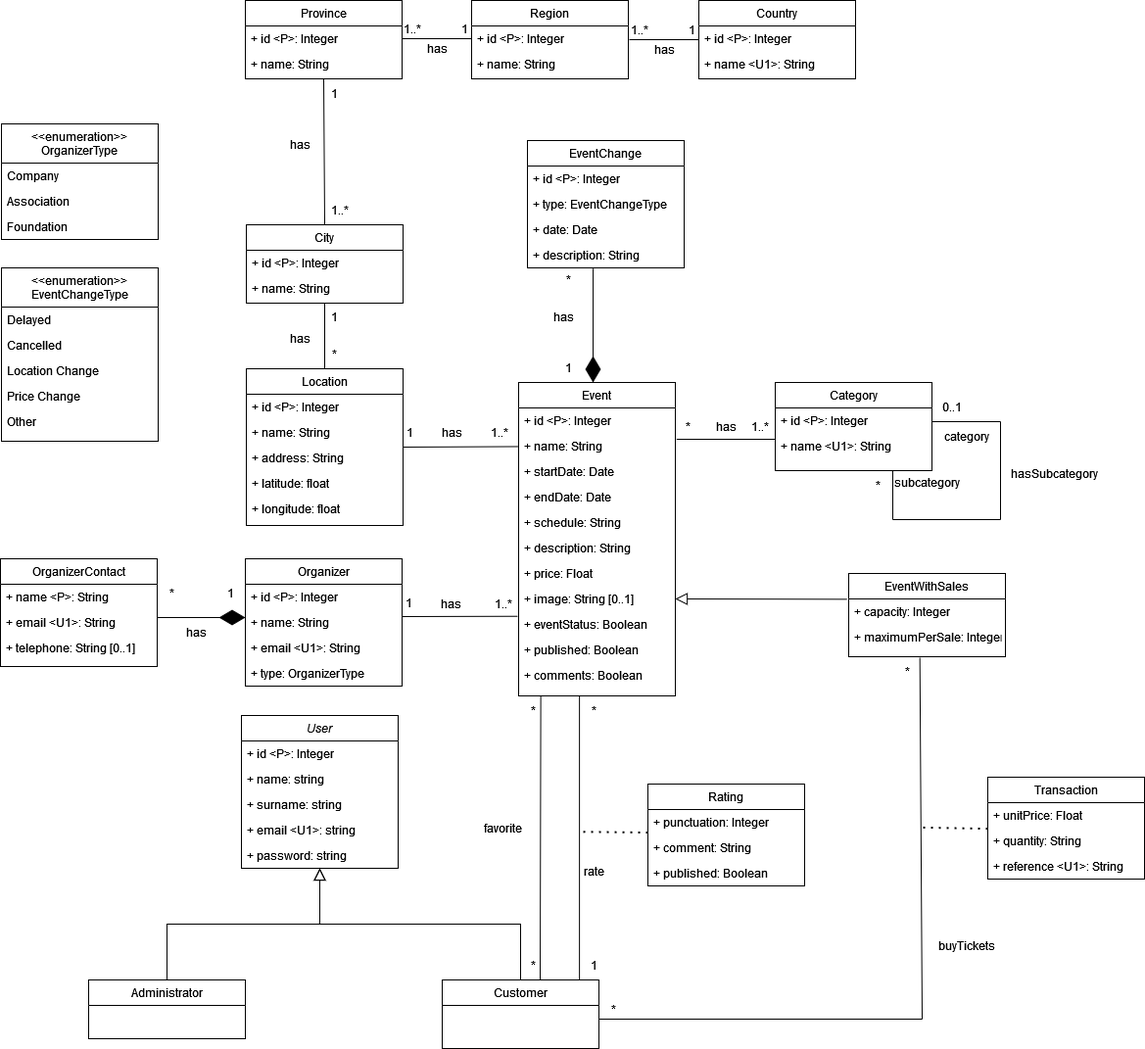
Before: diagrams/conceptual-diagram.drawio.png, a diagram exported from draw.io (danielpilot/event-database). Source tidied: cells renumbered, new cells last; positions are measured from the earlier drawing's top-left corner, leaving out a move shared by most shapes.
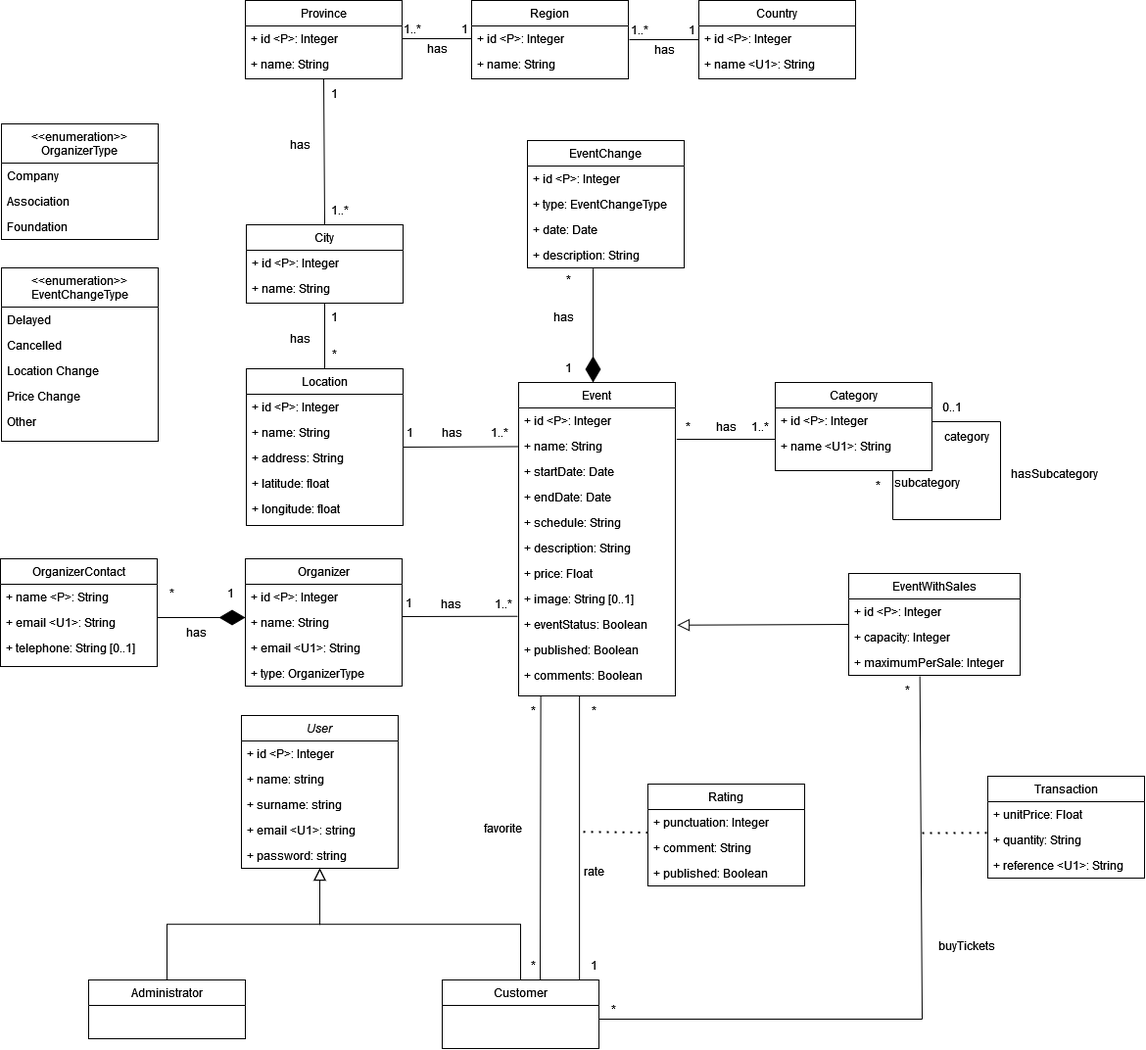
The same file after the commit.

What changed in the source:
```diff
@@ -412,16 +412,21 @@
       <mxGeometry x="586" y="874" width="40" height="30" as="geometry" />
     </mxCell>
     <mxCell id="127" value="EventWithSales&#10;" style="swimlane;fontStyle=0;align=center;verticalAlign=top;horizontal=1;startSize=26;rounded=0;shadow=0;strokeWidth=1;" parent="1" vertex="1">
-      <mxGeometry x="866" y="585" width="160" height="85" as="geometry" />
+      <mxGeometry x="866" y="585" width="175" height="104" as="geometry" />
     </mxCell>
+    <mxCell id="141" value="+ id &lt;P&gt;: Integer" style="text;align=left;verticalAlign=top;spacingLeft=4;spacingRight=4;overflow=hidden;rounded=0;shadow=0;html=0;" parent="127" vertex="1">
+      <mxGeometry y="26" width="175" height="26" as="geometry" />
+    </mxCell>
     <mxCell id="128" value="+ capacity: Integer" style="text;align=left;verticalAlign=top;spacingLeft=4;spacingRight=4;overflow=hidden;points=[[0,0.5],[1,0.5]];portConstraint=eastwest;rounded=0;shadow=0;html=0;" parent="127" vertex="1">
-      <mxGeometry y="26" width="160" height="26" as="geometry" />
+      <mxGeometry y="52" width="175" height="26" as="geometry" />
     </mxCell>
     <mxCell id="129" value="+ maximumPerSale: Integer" style="text;align=left;verticalAlign=top;spacingLeft=4;spacingRight=4;overflow=hidden;rounded=0;shadow=0;html=0;" parent="127" vertex="1">
-      <mxGeometry y="52" width="160" height="26" as="geometry" />
+      <mxGeometry y="78" width="175" height="26" as="geometry" />
     </mxCell>
-    <mxCell id="130" style="endArrow=block;endSize=10;endFill=0;shadow=0;strokeWidth=1;rounded=0;curved=0;edgeStyle=elbowEdgeStyle;elbow=vertical;exitX=-0.011;exitY=0.013;exitDx=0;exitDy=0;exitPerimeter=0;" parent="1" edge="1" source="128" target="20">
-      <mxGeometry relative="1" as="geometry" />
+    <mxCell id="130" style="endArrow=block;endSize=10;endFill=0;shadow=0;strokeWidth=1;rounded=0;curved=0;edgeStyle=elbowEdgeStyle;elbow=vertical;exitX=0;exitY=0.5;exitDx=0;exitDy=0;" parent="1" edge="1" source="127">
+      <mxGeometry relative="1" as="geometry">
+        <mxPoint x="691" y="637" as="targetPoint" />
+      </mxGeometry>
     </mxCell>
     <mxCell id="131" style="endArrow=none;html=1;rounded=0;" parent="1" edge="1">
       <mxGeometry relative="1" as="geometry">
@@ -438,16 +443,15 @@
       <mxGeometry x="611" y="1015" width="30" height="30" as="geometry" />
     </mxCell>
     <mxCell id="134" value="*" style="text;html=1;align=center;verticalAlign=middle;points=[];strokeColor=none;fillColor=none;" parent="1" vertex="1">
-      <mxGeometry x="911" y="670" width="30" height="30" as="geometry" />
+      <mxGeometry x="911" y="689" width="30" height="30" as="geometry" />
     </mxCell>
-    <mxCell id="135" style="endArrow=none;dashed=1;html=1;dashPattern=1 3;strokeWidth=2;rounded=0;entryX=0;entryY=0.904;entryDx=0;entryDy=0;entryPerimeter=0;" parent="1" edge="1">
+    <mxCell id="135" style="endArrow=none;dashed=1;html=1;dashPattern=1 3;strokeWidth=2;rounded=0;entryX=-0.005;entryY=0.222;entryDx=0;entryDy=0;entryPerimeter=0;" parent="1" edge="1" target="138">
       <mxGeometry relative="1" as="geometry">
-        <mxPoint x="942" y="844.4" as="sourcePoint" />
-        <mxPoint x="1008" y="845.6" as="targetPoint" />
+        <mxPoint x="941" y="850" as="sourcePoint" />
       </mxGeometry>
     </mxCell>
     <mxCell id="136" value="Transaction" style="swimlane;fontStyle=0;align=center;verticalAlign=top;horizontal=1;startSize=26;rounded=0;shadow=0;strokeWidth=1;" parent="1" vertex="1">
-      <mxGeometry x="1008" y="793" width="160" height="104" as="geometry" />
+      <mxGeometry x="1008" y="792" width="160" height="104" as="geometry" />
     </mxCell>
     <mxCell id="137" value="+ unitPrice: Float" style="text;align=left;verticalAlign=top;spacingLeft=4;spacingRight=4;overflow=hidden;rounded=0;shadow=0;html=0;" parent="136" vertex="1">
       <mxGeometry y="26" width="160" height="26" as="geometry" />
```
